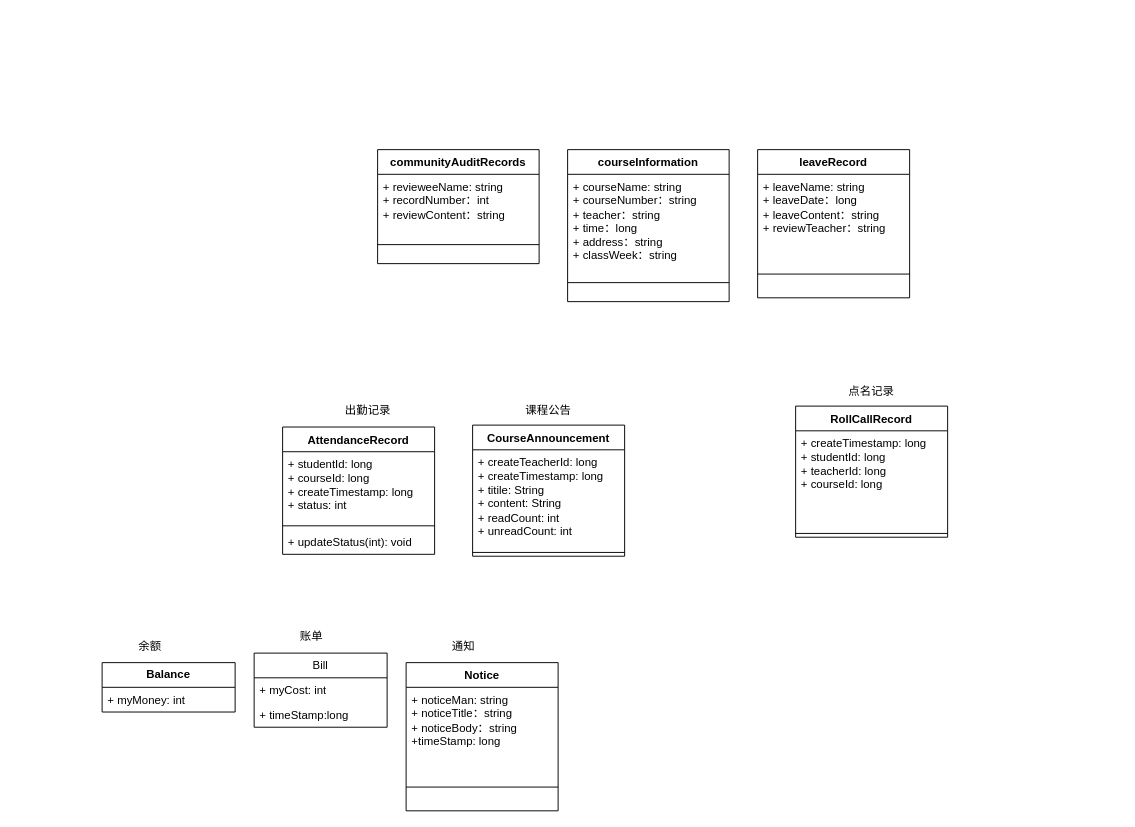
The draw.io diagram 类图.drawio in Huangzhu-zhu/-, before the edit. Source tidied: cells renumbered, new cells numbered last; positions are measured from the earlier drawing's top-left corner, leaving out a move shared by most shapes. Both pictures are drawn from the tidied source at 95%, with x=0, y=0 at pixel (102, 149).
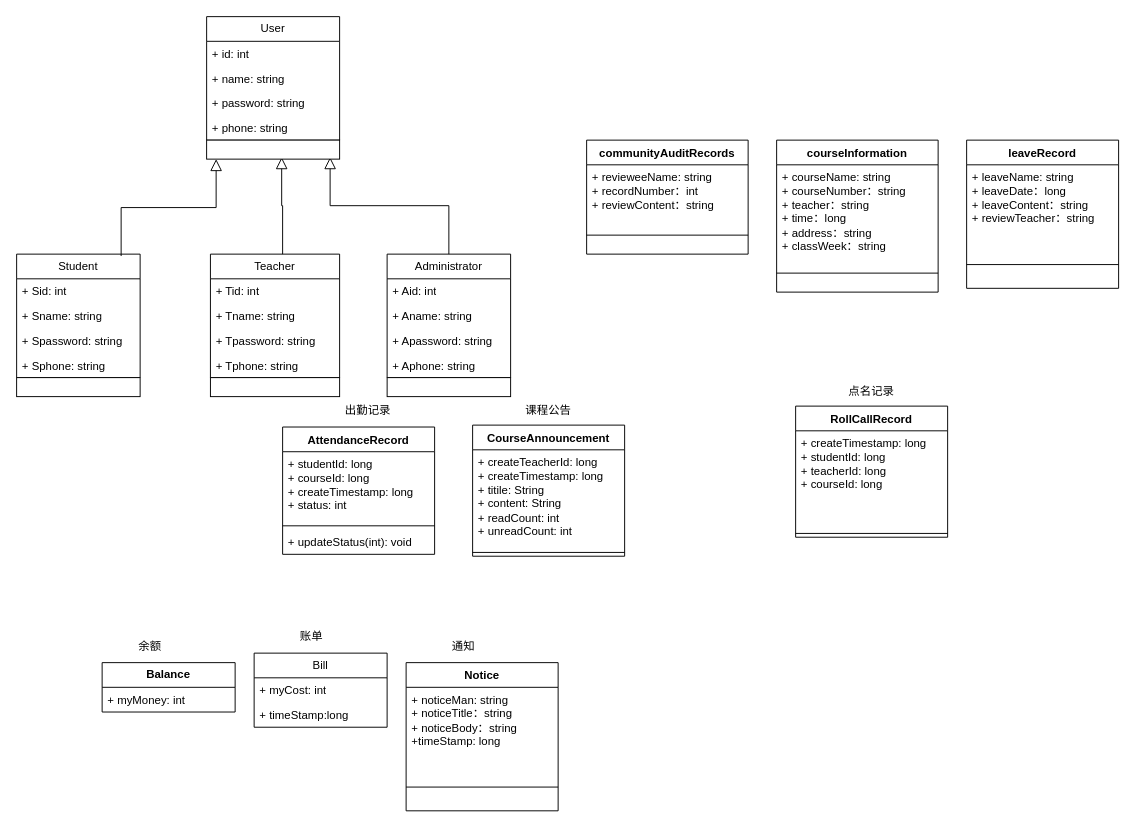
The same diagram, later.

What changed in the source:
```diff
@@
     <mxCell id="2" value="communityAuditRecords" style="swimlane;fontStyle=1;align=center;verticalAlign=top;horizontal=1;startSize=26;whiteSpace=wrap;html=1;" parent="1" vertex="1">
-      <mxGeometry x="290" width="170" height="120" as="geometry" />
+      <mxGeometry x="510" y="-10" width="170" height="120" as="geometry" />
     </mxCell>
@@
     <mxCell id="9" value="courseInformation" style="swimlane;fontStyle=1;align=center;verticalAlign=top;horizontal=1;startSize=26;whiteSpace=wrap;html=1;" parent="1" vertex="1">
-      <mxGeometry x="490" width="170" height="160" as="geometry" />
+      <mxGeometry x="710" y="-10" width="170" height="160" as="geometry" />
     </mxCell>
@@
     <mxCell id="15" value="leaveRecord" style="swimlane;fontStyle=1;align=center;verticalAlign=top;horizontal=1;startSize=26;whiteSpace=wrap;html=1;" parent="1" vertex="1">
-      <mxGeometry x="690" width="160" height="156" as="geometry" />
+      <mxGeometry x="910" y="-10" width="160" height="156" as="geometry" />
     </mxCell>
@@
+    <mxCell id="35" style="endArrow=block;endSize=10;endFill=0;shadow=0;strokeWidth=1;rounded=0;edgeStyle=elbowEdgeStyle;elbow=vertical;" parent="1" edge="1">
+      <mxGeometry relative="1" as="geometry">
+        <mxPoint x="20" y="112" as="sourcePoint" />
+        <mxPoint x="120" y="10" as="targetPoint" />
+      </mxGeometry>
+    </mxCell>
+    <mxCell id="36" style="endArrow=block;endSize=10;endFill=0;shadow=0;strokeWidth=1;rounded=0;edgeStyle=elbowEdgeStyle;elbow=vertical;" parent="1" edge="1" source="48">
+      <mxGeometry relative="1" as="geometry">
+        <mxPoint x="240" y="8" as="targetPoint" />
+      </mxGeometry>
+    </mxCell>
+    <mxCell id="37" value="User" style="swimlane;fontStyle=0;horizontal=1;startSize=26;fillColor=none;whiteSpace=wrap;html=1;" parent="1" vertex="1">
+      <mxGeometry x="110" y="-140" width="140" height="130" as="geometry" />
+    </mxCell>
+    <mxCell id="38" value="+ id: int" style="text;strokeColor=none;fillColor=none;align=left;verticalAlign=top;spacingLeft=4;spacingRight=4;overflow=hidden;whiteSpace=wrap;html=1;" parent="37" vertex="1">
+      <mxGeometry y="26" width="140" height="26" as="geometry" />
+    </mxCell>
+    <mxCell id="39" value="+ name: string" style="text;strokeColor=none;fillColor=none;align=left;verticalAlign=top;spacingLeft=4;spacingRight=4;overflow=hidden;whiteSpace=wrap;html=1;" parent="37" vertex="1">
+      <mxGeometry y="52" width="140" height="26" as="geometry" />
+    </mxCell>
+    <mxCell id="40" value="+ password: string" style="text;strokeColor=none;fillColor=none;align=left;verticalAlign=top;spacingLeft=4;spacingRight=4;overflow=hidden;whiteSpace=wrap;html=1;" parent="37" vertex="1">
+      <mxGeometry y="78" width="140" height="26" as="geometry" />
+    </mxCell>
+    <mxCell id="41" value="+ phone: string" style="text;strokeColor=none;fillColor=none;align=left;verticalAlign=top;spacingLeft=4;spacingRight=4;overflow=hidden;whiteSpace=wrap;html=1;" parent="37" vertex="1">
+      <mxGeometry y="104" width="140" height="26" as="geometry" />
+    </mxCell>
+    <mxCell id="42" value="Student" style="swimlane;fontStyle=0;horizontal=1;startSize=26;fillColor=none;whiteSpace=wrap;html=1;" parent="1" vertex="1">
+      <mxGeometry x="-90" y="110" width="130" height="130" as="geometry" />
+    </mxCell>
+    <mxCell id="43" value="+ Sid: int" style="text;strokeColor=none;fillColor=none;align=left;verticalAlign=top;spacingLeft=4;spacingRight=4;overflow=hidden;whiteSpace=wrap;html=1;" parent="42" vertex="1">
+      <mxGeometry y="26" width="130" height="26" as="geometry" />
+    </mxCell>
+    <mxCell id="44" value="+ Sname: string" style="text;strokeColor=none;fillColor=none;align=left;verticalAlign=top;spacingLeft=4;spacingRight=4;overflow=hidden;whiteSpace=wrap;html=1;" parent="42" vertex="1">
+      <mxGeometry y="52" width="130" height="26" as="geometry" />
+    </mxCell>
+    <mxCell id="45" value="+ Spassword: string" style="text;strokeColor=none;fillColor=none;align=left;verticalAlign=top;spacingLeft=4;spacingRight=4;overflow=hidden;whiteSpace=wrap;html=1;" parent="42" vertex="1">
+      <mxGeometry y="78" width="130" height="26" as="geometry" />
+    </mxCell>
+    <mxCell id="46" value="+ Sphone: string" style="text;strokeColor=none;fillColor=none;align=left;verticalAlign=top;spacingLeft=4;spacingRight=4;overflow=hidden;whiteSpace=wrap;html=1;" parent="42" vertex="1">
+      <mxGeometry y="104" width="130" height="26" as="geometry" />
+    </mxCell>
+    <mxCell id="47" style="endArrow=block;endSize=10;endFill=0;shadow=0;strokeWidth=1;rounded=0;edgeStyle=elbowEdgeStyle;elbow=vertical;" parent="1" edge="1" target="48">
+      <mxGeometry relative="1" as="geometry">
+        <mxPoint x="350" y="110" as="sourcePoint" />
+      </mxGeometry>
+    </mxCell>
+    <mxCell id="48" value="Administrator" style="swimlane;fontStyle=0;horizontal=1;startSize=26;fillColor=none;whiteSpace=wrap;html=1;" parent="1" vertex="1">
+      <mxGeometry x="300" y="110" width="130" height="130" as="geometry" />
+    </mxCell>
+    <mxCell id="49" value="+ Aid: int" style="text;strokeColor=none;fillColor=none;align=left;verticalAlign=top;spacingLeft=4;spacingRight=4;overflow=hidden;whiteSpace=wrap;html=1;" parent="48" vertex="1">
+      <mxGeometry y="26" width="130" height="26" as="geometry" />
+    </mxCell>
+    <mxCell id="50" value="+ Aname: string" style="text;strokeColor=none;fillColor=none;align=left;verticalAlign=top;spacingLeft=4;spacingRight=4;overflow=hidden;whiteSpace=wrap;html=1;" parent="48" vertex="1">
+      <mxGeometry y="52" width="130" height="26" as="geometry" />
+    </mxCell>
+    <mxCell id="51" value="+ Apassword: string" style="text;strokeColor=none;fillColor=none;align=left;verticalAlign=top;spacingLeft=4;spacingRight=4;overflow=hidden;whiteSpace=wrap;html=1;" parent="48" vertex="1">
+      <mxGeometry y="78" width="130" height="26" as="geometry" />
+    </mxCell>
+    <mxCell id="52" value="+ Aphone: string" style="text;strokeColor=none;fillColor=none;align=left;verticalAlign=top;spacingLeft=4;spacingRight=4;overflow=hidden;whiteSpace=wrap;html=1;" parent="48" vertex="1">
+      <mxGeometry y="104" width="130" height="26" as="geometry" />
+    </mxCell>
+    <mxCell id="53" style="endArrow=block;endSize=10;endFill=0;shadow=0;strokeWidth=1;rounded=0;edgeStyle=elbowEdgeStyle;elbow=vertical;" parent="1" edge="1">
+      <mxGeometry relative="1" as="geometry">
+        <mxPoint x="190" y="110" as="sourcePoint" />
+        <mxPoint x="189" y="8" as="targetPoint" />
+      </mxGeometry>
+    </mxCell>
+    <mxCell id="54" value="Teacher" style="swimlane;fontStyle=0;horizontal=1;startSize=26;fillColor=none;whiteSpace=wrap;html=1;" parent="1" vertex="1">
+      <mxGeometry x="114" y="110" width="136" height="130" as="geometry" />
+    </mxCell>
+    <mxCell id="55" value="+ Tid: int" style="text;strokeColor=none;fillColor=none;align=left;verticalAlign=top;spacingLeft=4;spacingRight=4;overflow=hidden;whiteSpace=wrap;html=1;" parent="54" vertex="1">
+      <mxGeometry y="26" width="136" height="26" as="geometry" />
+    </mxCell>
+    <mxCell id="56" value="+ Tname: string" style="text;strokeColor=none;fillColor=none;align=left;verticalAlign=top;spacingLeft=4;spacingRight=4;overflow=hidden;whiteSpace=wrap;html=1;" parent="54" vertex="1">
+      <mxGeometry y="52" width="136" height="26" as="geometry" />
+    </mxCell>
+    <mxCell id="57" value="+ Tpassword: string" style="text;strokeColor=none;fillColor=none;align=left;verticalAlign=top;spacingLeft=4;spacingRight=4;overflow=hidden;whiteSpace=wrap;html=1;" parent="54" vertex="1">
+      <mxGeometry y="78" width="136" height="26" as="geometry" />
+    </mxCell>
+    <mxCell id="58" value="+ Tphone: string" style="text;strokeColor=none;fillColor=none;align=left;verticalAlign=top;spacingLeft=4;spacingRight=4;overflow=hidden;whiteSpace=wrap;html=1;" parent="54" vertex="1">
+      <mxGeometry y="104" width="136" height="26" as="geometry" />
+    </mxCell>
+    <mxCell id="59" style="rounded=0;whiteSpace=wrap;html=1;" parent="1" vertex="1">
+      <mxGeometry x="-90" y="240" width="130" height="20" as="geometry" />
+    </mxCell>
+    <mxCell id="60" style="rounded=0;whiteSpace=wrap;html=1;" parent="1" vertex="1">
+      <mxGeometry x="114" y="240" width="136" height="20" as="geometry" />
+    </mxCell>
+    <mxCell id="61" style="rounded=0;whiteSpace=wrap;html=1;" parent="1" vertex="1">
+      <mxGeometry x="300" y="240" width="130" height="20" as="geometry" />
+    </mxCell>
+    <mxCell id="62" style="rounded=0;whiteSpace=wrap;html=1;" parent="1" vertex="1">
+      <mxGeometry x="110" y="-10" width="140" height="20" as="geometry" />
+    </mxCell>
```
